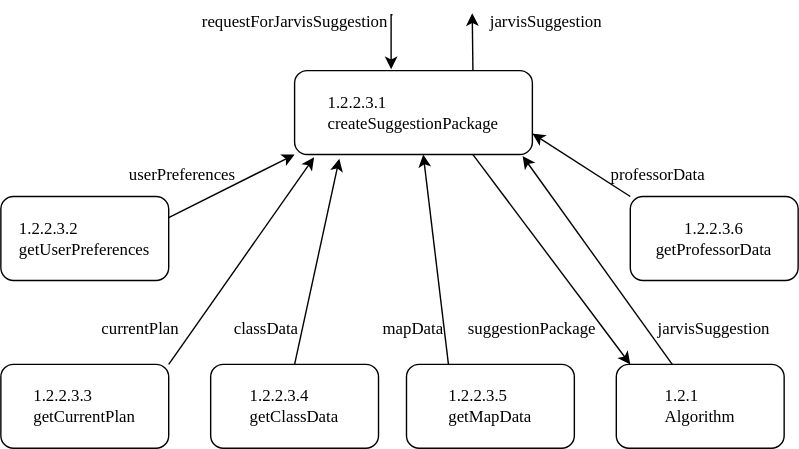
Earlier version of the draw.io export Logic/TeamTwoFiles/1.2.2.3PrepareForAlgorithmStructureChart.drawio.svg (MckennahPalmer/CSE430). Source tidied: cells renumbered, new cells last; positions are measured from the earlier drawing's top-left corner, leaving out a move shared by most shapes.
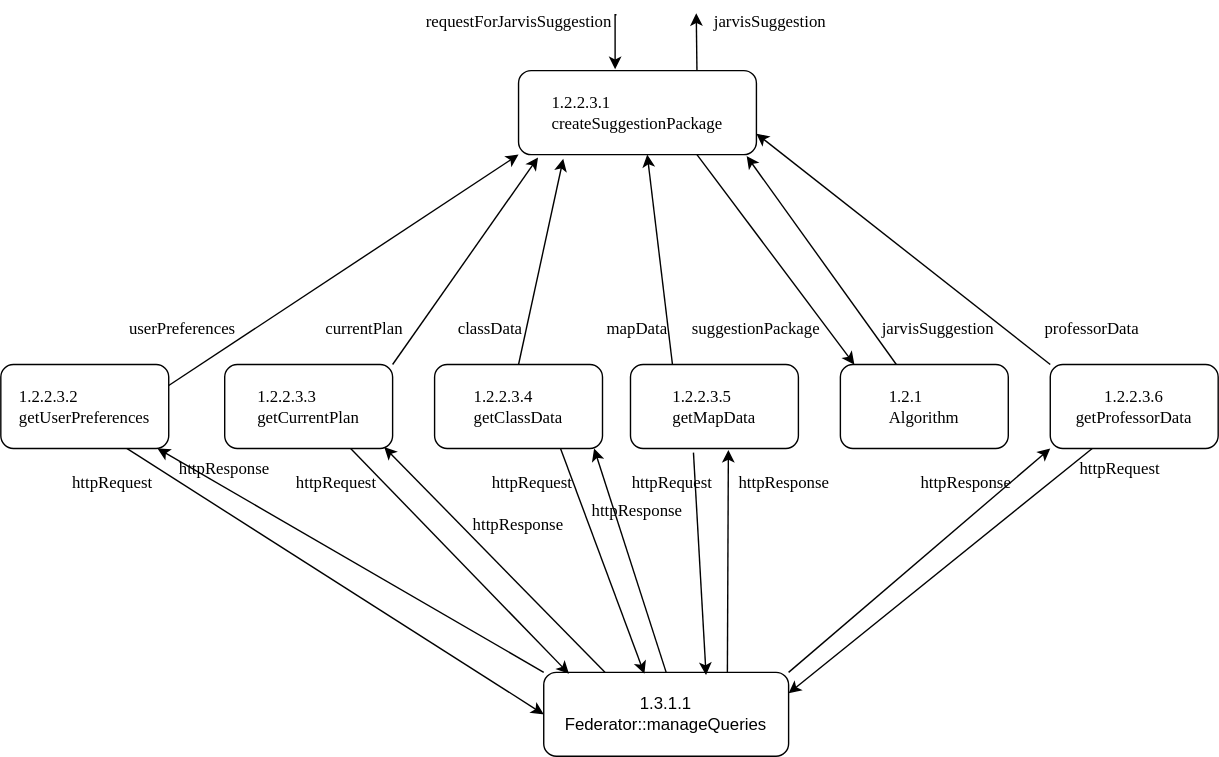
After the commit.

What changed in the source:
```diff
@@ -26,8 +26,11 @@
     <mxCell id="7" style="edgeStyle=none;rounded=0;jettySize=auto;html=1;exitX=1;exitY=0.25;exitDx=0;exitDy=0;entryX=0;entryY=1;entryDx=0;entryDy=0;" parent="1" edge="1" source="8" target="3">
       <mxGeometry relative="1" as="geometry" />
     </mxCell>
+    <mxCell id="27" style="edgeStyle=none;rounded=0;jettySize=auto;html=1;exitX=0.75;exitY=1;exitDx=0;exitDy=0;entryX=0;entryY=0.5;entryDx=0;entryDy=0;" parent="1" edge="1" source="8" target="30">
+      <mxGeometry relative="1" as="geometry" />
+    </mxCell>
     <mxCell id="8" value="&lt;div align=&quot;left&quot;&gt;&lt;font face=&quot;Times New Roman&quot;&gt;1.2.2.3.2&lt;br&gt;&lt;/font&gt;&lt;/div&gt;&lt;div&gt;&lt;font face=&quot;Times New Roman&quot;&gt;getUserPreferences&lt;/font&gt;&lt;/div&gt;" style="rounded=1;whiteSpace=wrap;html=1;" parent="1" vertex="1">
-      <mxGeometry y="140" width="120" height="60" as="geometry" />
+      <mxGeometry x="-160" y="260" width="120" height="60" as="geometry" />
     </mxCell>
     <mxCell id="9" value="&lt;div align=&quot;left&quot;&gt;&lt;font face=&quot;Times New Roman&quot;&gt;1.2.2.3.3&lt;/font&gt;&lt;/div&gt;&lt;div align=&quot;left&quot;&gt;&lt;font face=&quot;Times New Roman&quot;&gt;getCurrentPlan&lt;br&gt;&lt;/font&gt;&lt;/div&gt;" style="rounded=1;whiteSpace=wrap;html=1;" parent="1" vertex="1">
       <mxGeometry y="260" width="120" height="60" as="geometry" />
@@ -41,8 +44,11 @@
     <mxCell id="12" style="edgeStyle=none;rounded=0;jettySize=auto;html=1;exitX=0;exitY=0;exitDx=0;exitDy=0;entryX=1;entryY=0.75;entryDx=0;entryDy=0;" parent="1" edge="1" source="13" target="3">
       <mxGeometry relative="1" as="geometry" />
     </mxCell>
+    <mxCell id="28" style="edgeStyle=none;rounded=0;jettySize=auto;html=1;exitX=0.25;exitY=1;exitDx=0;exitDy=0;entryX=1;entryY=0.25;entryDx=0;entryDy=0;" parent="1" edge="1" source="13" target="30">
+      <mxGeometry relative="1" as="geometry" />
+    </mxCell>
     <mxCell id="13" value="&lt;div&gt;&lt;font face=&quot;Times New Roman&quot;&gt;1.2.2.3.6&lt;/font&gt;&lt;/div&gt;&lt;div&gt;&lt;font face=&quot;Times New Roman&quot;&gt;getProfessorData&lt;br&gt;&lt;/font&gt;&lt;/div&gt;" style="rounded=1;whiteSpace=wrap;html=1;" parent="1" vertex="1">
-      <mxGeometry x="450" y="140" width="120" height="60" as="geometry" />
+      <mxGeometry x="590" y="260" width="120" height="60" as="geometry" />
     </mxCell>
     <mxCell id="14" value="&lt;font face=&quot;Times New Roman&quot;&gt;jarvisSuggestion&lt;br&gt;&lt;/font&gt;" style="text;html=1;align=center;verticalAlign=middle;whiteSpace=wrap;rounded=0;" parent="1" vertex="1">
       <mxGeometry x="360" width="60" height="30" as="geometry" />
@@ -62,7 +68,7 @@
       <mxGeometry relative="1" as="geometry" />
     </mxCell>
     <mxCell id="19" value="&lt;font face=&quot;Times New Roman&quot;&gt;userPreferences&lt;/font&gt;" style="text;html=1;align=center;verticalAlign=middle;whiteSpace=wrap;rounded=0;" parent="1" vertex="1">
-      <mxGeometry x="100" y="110" width="60" height="30" as="geometry" />
+      <mxGeometry x="-60" y="220" width="60" height="30" as="geometry" />
     </mxCell>
     <mxCell id="20" value="&lt;font face=&quot;Times New Roman&quot;&gt;currentPlan&lt;/font&gt;" style="text;html=1;align=center;verticalAlign=middle;whiteSpace=wrap;rounded=0;" parent="1" vertex="1">
       <mxGeometry x="70" y="220" width="60" height="30" as="geometry" />
@@ -80,10 +86,67 @@
       <mxGeometry x="480" y="220" width="60" height="30" as="geometry" />
     </mxCell>
     <mxCell id="25" value="&lt;font face=&quot;Times New Roman&quot;&gt;professorData&lt;/font&gt;" style="text;html=1;align=center;verticalAlign=middle;whiteSpace=wrap;rounded=0;" parent="1" vertex="1">
-      <mxGeometry x="440" y="110" width="60" height="30" as="geometry" />
+      <mxGeometry x="590" y="220" width="60" height="30" as="geometry" />
     </mxCell>
     <mxCell id="26" value="&lt;div align=&quot;left&quot;&gt;&lt;font face=&quot;Times New Roman&quot;&gt;1.2.1&lt;/font&gt;&lt;/div&gt;&lt;div&gt;&lt;font face=&quot;Times New Roman&quot;&gt;Algorithm&lt;br&gt;&lt;/font&gt;&lt;/div&gt;" style="rounded=1;whiteSpace=wrap;html=1;" parent="1" vertex="1">
       <mxGeometry x="440" y="260" width="120" height="60" as="geometry" />
     </mxCell>
+    <mxCell id="29" style="edgeStyle=none;rounded=0;jettySize=auto;html=1;exitX=1;exitY=0;exitDx=0;exitDy=0;entryX=0;entryY=1;entryDx=0;entryDy=0;" parent="1" edge="1" source="30" target="13">
+      <mxGeometry relative="1" as="geometry" />
+    </mxCell>
+    <mxCell id="30" value="1.3.1.1 Federator::manageQueries" style="rounded=1;whiteSpace=wrap;html=1;" parent="1" vertex="1">
+      <mxGeometry x="228" y="480" width="175" height="60" as="geometry" />
+    </mxCell>
+    <mxCell id="31" style="edgeStyle=none;rounded=0;jettySize=auto;html=1;exitX=0;exitY=0;exitDx=0;exitDy=0;entryX=0.933;entryY=1;entryDx=0;entryDy=0;entryPerimeter=0;" parent="1" edge="1" source="30" target="8">
+      <mxGeometry relative="1" as="geometry" />
+    </mxCell>
+    <mxCell id="32" style="edgeStyle=none;rounded=0;jettySize=auto;html=1;exitX=0.25;exitY=0;exitDx=0;exitDy=0;entryX=0.95;entryY=0.983;entryDx=0;entryDy=0;entryPerimeter=0;" parent="1" edge="1" source="30" target="9">
+      <mxGeometry relative="1" as="geometry" />
+    </mxCell>
+    <mxCell id="33" style="edgeStyle=none;rounded=0;jettySize=auto;html=1;exitX=0.5;exitY=0;exitDx=0;exitDy=0;entryX=0.95;entryY=1;entryDx=0;entryDy=0;entryPerimeter=0;" parent="1" edge="1" source="30" target="10">
+      <mxGeometry relative="1" as="geometry" />
+    </mxCell>
+    <mxCell id="34" style="edgeStyle=none;rounded=0;jettySize=auto;html=1;exitX=0.75;exitY=0;exitDx=0;exitDy=0;entryX=0.583;entryY=1.017;entryDx=0;entryDy=0;entryPerimeter=0;" parent="1" edge="1" source="30" target="11">
+      <mxGeometry relative="1" as="geometry" />
+    </mxCell>
+    <mxCell id="35" style="edgeStyle=none;rounded=0;jettySize=auto;html=1;exitX=0.375;exitY=1.05;exitDx=0;exitDy=0;entryX=0.663;entryY=0.033;entryDx=0;entryDy=0;entryPerimeter=0;exitPerimeter=0;" parent="1" edge="1" source="11" target="30">
+      <mxGeometry relative="1" as="geometry" />
+    </mxCell>
+    <mxCell id="36" style="edgeStyle=none;rounded=0;jettySize=auto;html=1;exitX=0.75;exitY=1;exitDx=0;exitDy=0;entryX=0.411;entryY=0.017;entryDx=0;entryDy=0;entryPerimeter=0;" parent="1" edge="1" source="10" target="30">
+      <mxGeometry relative="1" as="geometry" />
+    </mxCell>
+    <mxCell id="37" style="edgeStyle=none;rounded=0;jettySize=auto;html=1;exitX=0.75;exitY=1;exitDx=0;exitDy=0;entryX=0.103;entryY=0.017;entryDx=0;entryDy=0;entryPerimeter=0;" parent="1" edge="1" source="9" target="30">
+      <mxGeometry relative="1" as="geometry" />
+    </mxCell>
+    <mxCell id="38" value="&lt;font face=&quot;Times New Roman&quot;&gt;httpRequest&lt;/font&gt;" style="text;html=1;align=center;verticalAlign=middle;whiteSpace=wrap;rounded=0;" parent="1" vertex="1">
+      <mxGeometry x="-110" y="330" width="60" height="30" as="geometry" />
+    </mxCell>
+    <mxCell id="39" value="&lt;font face=&quot;Times New Roman&quot;&gt;httpRequest&lt;/font&gt;" style="text;html=1;align=center;verticalAlign=middle;whiteSpace=wrap;rounded=0;" parent="1" vertex="1">
+      <mxGeometry x="50" y="330" width="60" height="30" as="geometry" />
+    </mxCell>
+    <mxCell id="40" value="&lt;font face=&quot;Times New Roman&quot;&gt;httpRequest&lt;/font&gt;" style="text;html=1;align=center;verticalAlign=middle;whiteSpace=wrap;rounded=0;" parent="1" vertex="1">
+      <mxGeometry x="190" y="330" width="60" height="30" as="geometry" />
+    </mxCell>
+    <mxCell id="41" value="&lt;font face=&quot;Times New Roman&quot;&gt;httpRequest&lt;/font&gt;" style="text;html=1;align=center;verticalAlign=middle;whiteSpace=wrap;rounded=0;" parent="1" vertex="1">
+      <mxGeometry x="290" y="330" width="60" height="30" as="geometry" />
+    </mxCell>
+    <mxCell id="42" value="&lt;font face=&quot;Times New Roman&quot;&gt;httpRequest&lt;/font&gt;" style="text;html=1;align=center;verticalAlign=middle;whiteSpace=wrap;rounded=0;" parent="1" vertex="1">
+      <mxGeometry x="610" y="320" width="60" height="30" as="geometry" />
+    </mxCell>
+    <mxCell id="43" value="&lt;font face=&quot;Times New Roman&quot;&gt;httpResponse&lt;/font&gt;" style="text;html=1;align=center;verticalAlign=middle;whiteSpace=wrap;rounded=0;" parent="1" vertex="1">
+      <mxGeometry x="-30" y="320" width="60" height="30" as="geometry" />
+    </mxCell>
+    <mxCell id="44" value="&lt;font face=&quot;Times New Roman&quot;&gt;httpResponse&lt;/font&gt;" style="text;html=1;align=center;verticalAlign=middle;whiteSpace=wrap;rounded=0;" parent="1" vertex="1">
+      <mxGeometry x="265" y="350" width="60" height="30" as="geometry" />
+    </mxCell>
+    <mxCell id="45" value="&lt;font face=&quot;Times New Roman&quot;&gt;httpResponse&lt;/font&gt;" style="text;html=1;align=center;verticalAlign=middle;whiteSpace=wrap;rounded=0;" parent="1" vertex="1">
+      <mxGeometry x="180" y="360" width="60" height="30" as="geometry" />
+    </mxCell>
+    <mxCell id="46" value="&lt;font face=&quot;Times New Roman&quot;&gt;httpResponse&lt;/font&gt;" style="text;html=1;align=center;verticalAlign=middle;whiteSpace=wrap;rounded=0;" parent="1" vertex="1">
+      <mxGeometry x="370" y="330" width="60" height="30" as="geometry" />
+    </mxCell>
+    <mxCell id="47" value="&lt;font face=&quot;Times New Roman&quot;&gt;httpResponse&lt;/font&gt;" style="text;html=1;align=center;verticalAlign=middle;whiteSpace=wrap;rounded=0;" parent="1" vertex="1">
+      <mxGeometry x="500" y="330" width="60" height="30" as="geometry" />
+    </mxCell>
   </root>
 </mxGraphModel>
```
